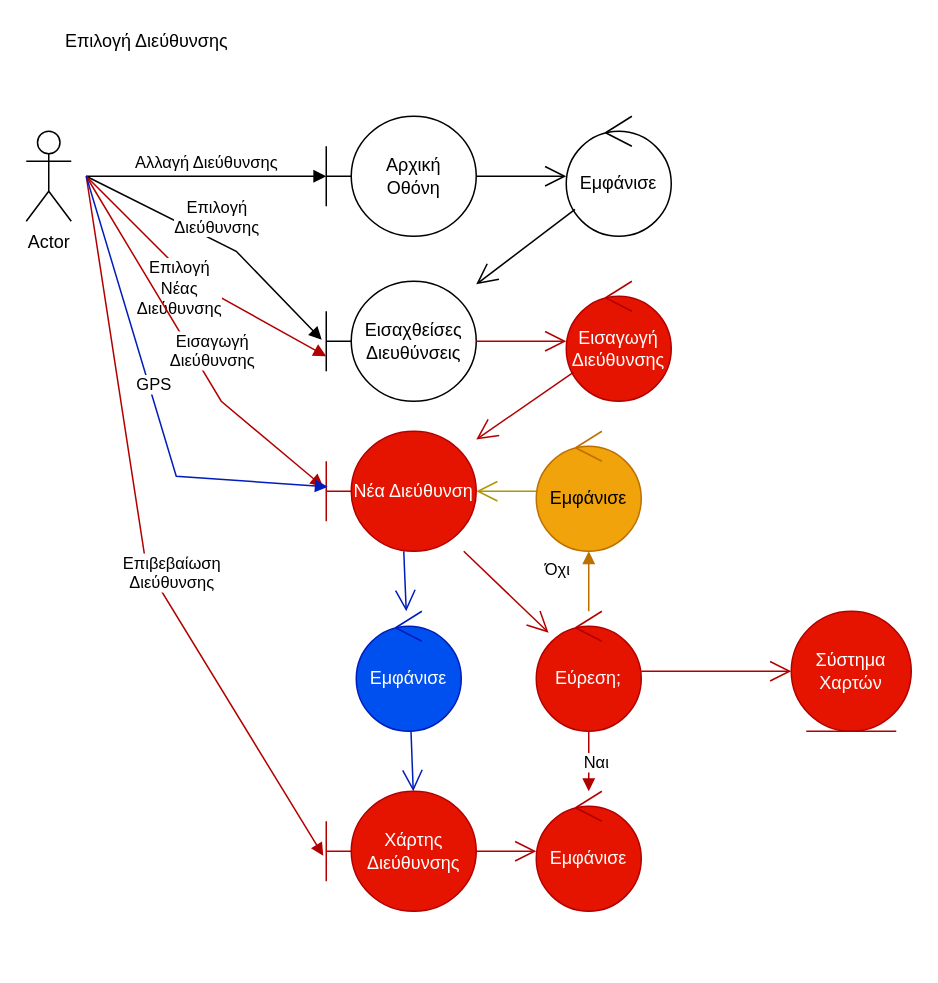
The draw.io diagram docs/contributions/itsikelis/Phase 3/Robustness Diagrams v0.1/user-select-address.drawio in iloudaros/nomnomr, before the edit. Source tidied: cells renumbered, new cells numbered last; positions are measured from the earlier drawing's top-left corner, leaving out a move shared by most shapes. Both pictures are drawn from the tidied source at 150%, with x=0, y=0 at pixel (26, 26).
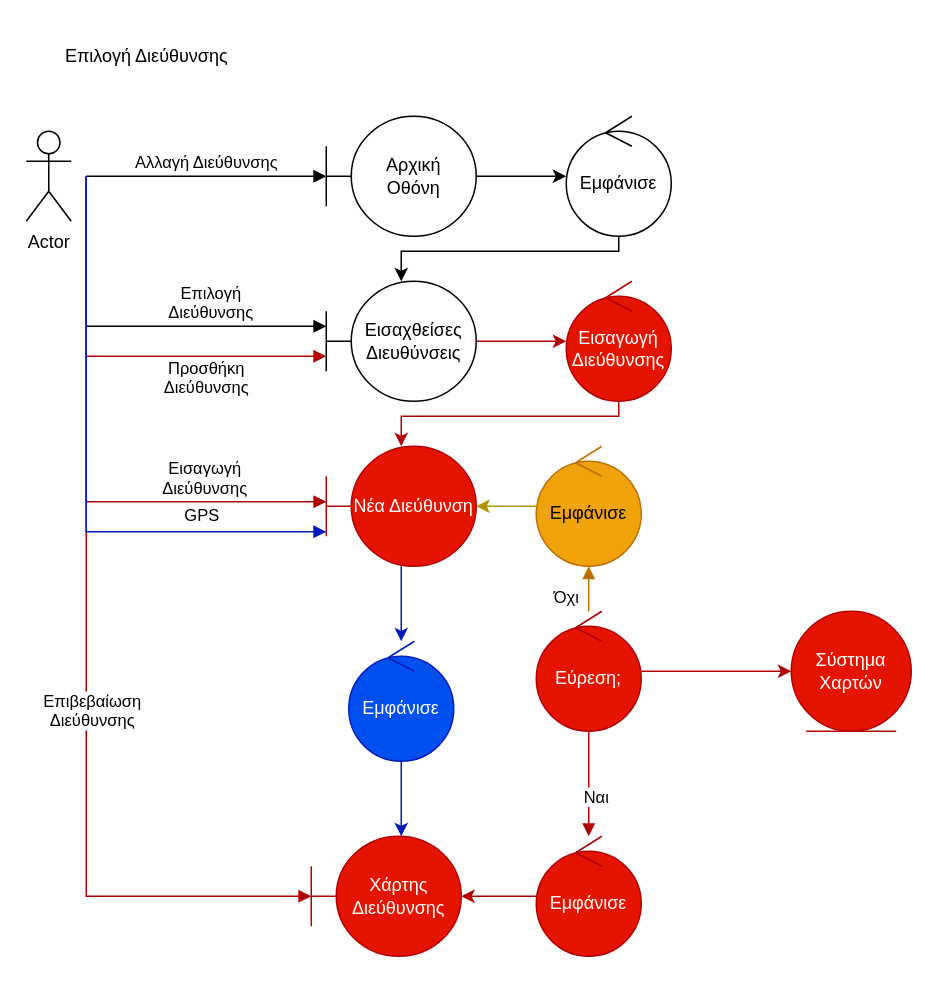
The same diagram, later.

Commit message (it also covers changes not shown here):
Created new order use case.

The change refers to these unchanged cells:
```xml
<mxCell id="3" value="Αρχική&lt;br&gt;Οθόνη" style="shape=umlBoundary;whiteSpace=wrap;html=1;" parent="1" vertex="1">
  <mxGeometry x="200" y="60" width="100" height="80" as="geometry" />
</mxCell>
<mxCell id="5" value="Εμφάνισε" style="ellipse;shape=umlControl;whiteSpace=wrap;html=1;" parent="1" vertex="1">
  <mxGeometry x="360" y="60" width="70" height="80" as="geometry" />
</mxCell>
<mxCell id="6" value="Εισαχθείσες&lt;br&gt;Διευθύνσεις" style="shape=umlBoundary;whiteSpace=wrap;html=1;" parent="1" vertex="1">
  <mxGeometry x="200" y="170" width="100" height="80" as="geometry" />
</mxCell>
<mxCell id="10" value="Εισαγωγή Διεύθυνσης" style="ellipse;shape=umlControl;whiteSpace=wrap;html=1;fillColor=#e51400;fontColor=#ffffff;strokeColor=#B20000;" parent="1" vertex="1">
  <mxGeometry x="360" y="170" width="70" height="80" as="geometry" />
</mxCell>
<mxCell id="19" value="Εύρεση;" style="ellipse;shape=umlControl;whiteSpace=wrap;html=1;fillColor=#e51400;fontColor=#ffffff;strokeColor=#B20000;" parent="1" vertex="1">
  <mxGeometry x="340" y="390" width="70" height="80" as="geometry" />
</mxCell>
<mxCell id="21" value="Σύστημα&lt;br&gt;Χαρτών" style="ellipse;shape=umlEntity;whiteSpace=wrap;html=1;fillColor=#e51400;fontColor=#ffffff;strokeColor=#B20000;" parent="1" vertex="1">
  <mxGeometry x="510" y="390" width="80" height="80" as="geometry" />
</mxCell>
```

What changed in the source:
```diff
@@
+    <mxCell id="7" style="edgeStyle=orthogonalEdgeStyle;rounded=0;jettySize=auto;html=1;" parent="1" edge="1" source="3" target="5">
+      <mxGeometry relative="1" as="geometry" />
+    </mxCell>
@@
+    <mxCell id="8" style="edgeStyle=orthogonalEdgeStyle;rounded=0;jettySize=auto;html=1;" parent="1" edge="1" source="5" target="6">
+      <mxGeometry relative="1" as="geometry">
+        <Array as="points">
+          <mxPoint x="395" y="150" />
+          <mxPoint x="250" y="150" />
+        </Array>
+      </mxGeometry>
+    </mxCell>
@@
+    <mxCell id="12" style="edgeStyle=orthogonalEdgeStyle;rounded=0;jettySize=auto;html=1;fillColor=#e51400;strokeColor=#B20000;" parent="1" edge="1" source="6" target="10">
+      <mxGeometry relative="1" as="geometry" />
+    </mxCell>
@@
-    <mxCell id="7" style="endArrow=open;endFill=1;endSize=12;html=1;rounded=0;" parent="1" edge="1" source="3" target="5">
-      <mxGeometry relative="1" as="geometry" />
-    </mxCell>
-    <mxCell id="8" style="endArrow=open;endFill=1;endSize=12;html=1;rounded=0;" parent="1" edge="1" source="5" target="6">
-      <mxGeometry relative="1" as="geometry" />
-    </mxCell>
-    <mxCell id="9" value="Επιλογή &lt;br&gt;Διεύθυνσης" style="html=1;verticalAlign=bottom;endArrow=block;rounded=0;entryX=-0.03;entryY=0.488;entryDx=0;entryDy=0;entryPerimeter=0;" parent="1" edge="1" target="6">
-      <mxGeometry relative="1" as="geometry">
+    <mxCell id="9" value="Επιλογή &lt;br&gt;Διεύθυνσης" style="html=1;verticalAlign=bottom;endArrow=block;rounded=0;" parent="1" edge="1">
+      <mxGeometry x="0.41" relative="1" as="geometry">
         <mxPoint x="40" y="100" as="sourcePoint" />
+        <mxPoint x="200" y="200" as="targetPoint" />
         <Array as="points">
-          <mxPoint x="140" y="150" />
+          <mxPoint x="40" y="200" />
         </Array>
       </mxGeometry>
     </mxCell>
+    <mxCell id="14" style="edgeStyle=orthogonalEdgeStyle;rounded=0;jettySize=auto;html=1;fillColor=#e51400;strokeColor=#B20000;" parent="1" edge="1" source="10" target="13">
+      <mxGeometry relative="1" as="geometry">
+        <Array as="points">
+          <mxPoint x="395" y="260" />
+          <mxPoint x="250" y="260" />
+        </Array>
+      </mxGeometry>
+    </mxCell>
@@
-    <mxCell id="11" value="Επιλογή&lt;br&gt;Νέας&lt;br&gt;Διεύθυνσης" style="html=1;verticalAlign=bottom;endArrow=block;rounded=0;fillColor=#e51400;strokeColor=#B20000;" parent="1" edge="1">
-      <mxGeometry x="0.04" y="-27" relative="1" as="geometry">
+    <mxCell id="11" value="Προσθήκη&lt;br&gt;Διεύθυνσης" style="html=1;verticalAlign=bottom;endArrow=block;rounded=0;fillColor=#e51400;strokeColor=#B20000;" parent="1" edge="1">
+      <mxGeometry x="0.43" y="-30" relative="1" as="geometry">
         <mxPoint x="40" y="100" as="sourcePoint" />
         <mxPoint x="200" y="220" as="targetPoint" />
         <Array as="points">
-          <mxPoint x="110" y="170" />
+          <mxPoint x="40" y="220" />
         </Array>
       </mxGeometry>
     </mxCell>
-    <mxCell id="12" style="endArrow=open;endFill=1;endSize=12;html=1;rounded=0;fillColor=#e51400;strokeColor=#B20000;" parent="1" edge="1" source="6" target="10">
-      <mxGeometry relative="1" as="geometry" />
-    </mxCell>
+    <mxCell id="30" style="edgeStyle=orthogonalEdgeStyle;rounded=0;jettySize=auto;html=1;fillColor=#0050ef;strokeColor=#001DBC;" parent="1" edge="1" source="13" target="29">
+      <mxGeometry relative="1" as="geometry" />
+    </mxCell>
     <mxCell id="13" value="Νέα Διεύθυνση" style="shape=umlBoundary;whiteSpace=wrap;html=1;fillColor=#e51400;fontColor=#ffffff;strokeColor=#B20000;" parent="1" vertex="1">
-      <mxGeometry x="200" y="270" width="100" height="80" as="geometry" />
+      <mxGeometry x="200" y="280" width="100" height="80" as="geometry" />
     </mxCell>
-    <mxCell id="14" style="endArrow=open;endFill=1;endSize=12;html=1;rounded=0;fillColor=#e51400;strokeColor=#B20000;" parent="1" edge="1" source="10" target="13">
-      <mxGeometry relative="1" as="geometry" />
-    </mxCell>
-    <mxCell id="15" value="Εισαγωγή&lt;br&gt;Διεύθυνσης" style="html=1;verticalAlign=bottom;endArrow=block;rounded=0;entryX=-0.02;entryY=0.463;entryDx=0;entryDy=0;entryPerimeter=0;fillColor=#e51400;strokeColor=#B20000;" parent="1" edge="1" target="13">
-      <mxGeometry x="0.18" y="4" relative="1" as="geometry">
+    <mxCell id="15" value="Εισαγωγή&lt;br&gt;Διεύθυνσης" style="html=1;verticalAlign=bottom;endArrow=block;rounded=0;fillColor=#e51400;strokeColor=#B20000;" parent="1" edge="1">
+      <mxGeometry x="0.57" relative="1" as="geometry">
         <mxPoint x="40" y="100" as="sourcePoint" />
+        <mxPoint x="200" y="317" as="targetPoint" />
         <Array as="points">
-          <mxPoint x="130" y="250" />
+          <mxPoint x="40" y="317" />
         </Array>
       </mxGeometry>
     </mxCell>
     <mxCell id="16" value="Χάρτης&lt;br&gt;Διεύθυνσης" style="shape=umlBoundary;whiteSpace=wrap;html=1;fillColor=#e51400;fontColor=#ffffff;strokeColor=#B20000;" parent="1" vertex="1">
-      <mxGeometry x="200" y="510" width="100" height="80" as="geometry" />
+      <mxGeometry x="190" y="540" width="100" height="80" as="geometry" />
     </mxCell>
-    <mxCell id="17" style="endArrow=open;endFill=1;endSize=12;html=1;rounded=0;fillColor=#e51400;strokeColor=#B20000;" parent="1" edge="1" source="16" target="20">
-      <mxGeometry relative="1" as="geometry" />
-    </mxCell>
-    <mxCell id="18" style="endArrow=open;endFill=1;endSize=12;html=1;rounded=0;fillColor=#e51400;strokeColor=#B20000;" parent="1" edge="1" source="13" target="19">
-      <mxGeometry relative="1" as="geometry" />
-    </mxCell>
+    <mxCell id="22" style="edgeStyle=orthogonalEdgeStyle;rounded=0;jettySize=auto;html=1;fillColor=#e51400;strokeColor=#B20000;" parent="1" edge="1" source="19" target="21">
+      <mxGeometry relative="1" as="geometry" />
+    </mxCell>
@@
+    <mxCell id="33" style="edgeStyle=orthogonalEdgeStyle;rounded=0;jettySize=auto;html=1;fillColor=#e51400;strokeColor=#B20000;" parent="1" edge="1" source="20" target="16">
+      <mxGeometry relative="1" as="geometry" />
+    </mxCell>
     <mxCell id="20" value="Εμφάνισε" style="ellipse;shape=umlControl;whiteSpace=wrap;html=1;fillColor=#e51400;fontColor=#ffffff;strokeColor=#B20000;" parent="1" vertex="1">
-      <mxGeometry x="340" y="510" width="70" height="80" as="geometry" />
+      <mxGeometry x="340" y="540" width="70" height="80" as="geometry" />
     </mxCell>
@@
-    <mxCell id="22" style="endArrow=open;endFill=1;endSize=12;html=1;rounded=0;fillColor=#e51400;strokeColor=#B20000;" parent="1" edge="1" source="19" target="21">
-      <mxGeometry relative="1" as="geometry" />
-    </mxCell>
@@
+    <mxCell id="26" style="edgeStyle=orthogonalEdgeStyle;rounded=0;jettySize=auto;html=1;fillColor=#e3c800;strokeColor=#B09500;" parent="1" edge="1" source="24" target="13">
+      <mxGeometry relative="1" as="geometry" />
+    </mxCell>
     <mxCell id="24" value="Εμφάνισε" style="ellipse;shape=umlControl;whiteSpace=wrap;html=1;fillColor=#f0a30a;fontColor=#000000;strokeColor=#BD7000;" parent="1" vertex="1">
-      <mxGeometry x="340" y="270" width="70" height="80" as="geometry" />
+      <mxGeometry x="340" y="280" width="70" height="80" as="geometry" />
     </mxCell>
     <mxCell id="25" value="Όχι" style="html=1;verticalAlign=bottom;endArrow=block;rounded=0;fillColor=#f0a30a;strokeColor=#BD7000;" parent="1" edge="1" source="19" target="24">
-      <mxGeometry x="-0.06" y="21" relative="1" as="geometry" />
+      <mxGeometry x="-1" y="15" relative="1" as="geometry" />
     </mxCell>
-    <mxCell id="26" style="endArrow=open;endFill=1;endSize=12;html=1;rounded=0;fillColor=#e3c800;strokeColor=#B09500;" parent="1" edge="1" source="24" target="13">
-      <mxGeometry relative="1" as="geometry" />
-    </mxCell>
-    <mxCell id="27" value="Επιβεβαίωση &lt;br&gt;Διεύθυνσης" style="html=1;verticalAlign=bottom;endArrow=block;rounded=0;entryX=-0.02;entryY=0.538;entryDx=0;entryDy=0;entryPerimeter=0;fillColor=#e51400;strokeColor=#B20000;" parent="1" edge="1" target="16">
+    <mxCell id="27" value="Επιβεβαίωση &lt;br&gt;Διεύθυνσης" style="html=1;verticalAlign=bottom;endArrow=block;rounded=0;fillColor=#e51400;strokeColor=#B20000;" parent="1" edge="1">
       <mxGeometry x="0.18" y="4" relative="1" as="geometry">
         <mxPoint x="40" y="100" as="sourcePoint" />
+        <mxPoint x="190" y="580" as="targetPoint" />
         <Array as="points">
-          <mxPoint x="80" y="360" />
+          <mxPoint x="40" y="580" />
         </Array>
       </mxGeometry>
     </mxCell>
-    <mxCell id="28" value="GPS" style="html=1;verticalAlign=bottom;endArrow=block;rounded=0;entryX=0.01;entryY=0.463;entryDx=0;entryDy=0;entryPerimeter=0;fillColor=#0050ef;strokeColor=#001DBC;" parent="1" edge="1" target="13">
-      <mxGeometry relative="1" as="geometry">
+    <mxCell id="28" value="GPS" style="html=1;verticalAlign=bottom;endArrow=block;rounded=0;fillColor=#0050ef;strokeColor=#001DBC;" parent="1" edge="1">
+      <mxGeometry x="0.58" y="2" relative="1" as="geometry">
         <mxPoint x="40" y="100" as="sourcePoint" />
+        <mxPoint x="200" y="337" as="targetPoint" />
         <Array as="points">
-          <mxPoint x="100" y="300" />
+          <mxPoint x="40" y="337" />
         </Array>
       </mxGeometry>
     </mxCell>
+    <mxCell id="31" style="edgeStyle=orthogonalEdgeStyle;rounded=0;jettySize=auto;html=1;fillColor=#0050ef;strokeColor=#001DBC;" parent="1" edge="1" source="29" target="16">
+      <mxGeometry relative="1" as="geometry">
+        <Array as="points">
+          <mxPoint x="250" y="530" />
+          <mxPoint x="250" y="530" />
+        </Array>
+      </mxGeometry>
+    </mxCell>
     <mxCell id="29" value="Εμφάνισε" style="ellipse;shape=umlControl;whiteSpace=wrap;html=1;fillColor=#0050ef;fontColor=#ffffff;strokeColor=#001DBC;" parent="1" vertex="1">
-      <mxGeometry x="220" y="390" width="70" height="80" as="geometry" />
+      <mxGeometry x="215" y="410" width="70" height="80" as="geometry" />
     </mxCell>
-    <mxCell id="30" style="endArrow=open;endFill=1;endSize=12;html=1;rounded=0;fillColor=#0050ef;strokeColor=#001DBC;" parent="1" edge="1" source="13" target="29">
-      <mxGeometry relative="1" as="geometry" />
-    </mxCell>
-    <mxCell id="31" style="endArrow=open;endFill=1;endSize=12;html=1;rounded=0;entryX=0.58;entryY=0;entryDx=0;entryDy=0;entryPerimeter=0;fillColor=#0050ef;strokeColor=#001DBC;" parent="1" edge="1" source="29" target="16">
-      <mxGeometry relative="1" as="geometry" />
-    </mxCell>
     <mxCell id="32" value="Επιλογή Διεύθυνσης" style="text;html=1;align=center;verticalAlign=middle;strokeColor=none;fillColor=none;" parent="1" vertex="1">
-      <mxGeometry x="20" width="120" height="20" as="geometry" />
+      <mxGeometry x="20" y="10" width="120" height="20" as="geometry" />
     </mxCell>
```
